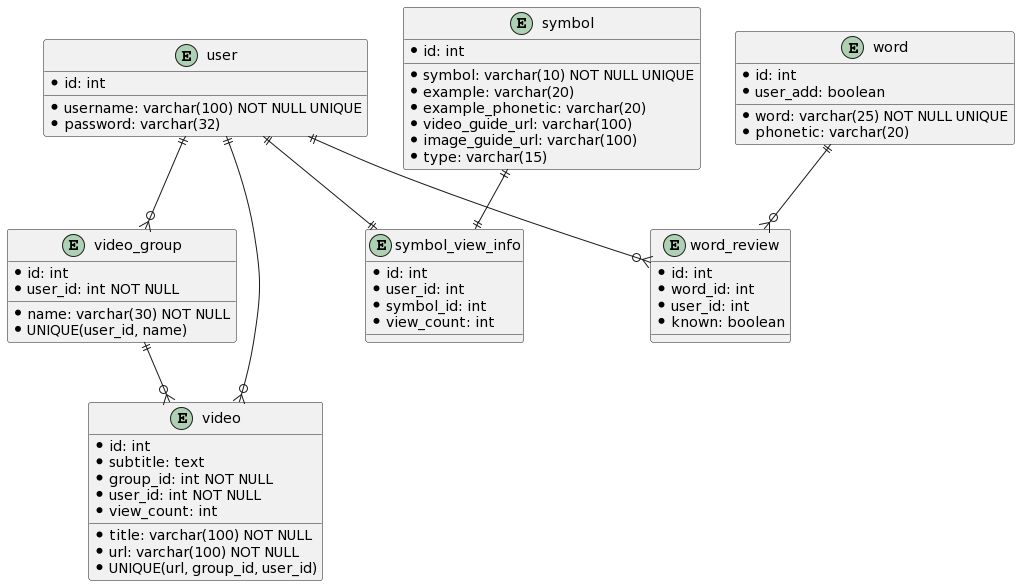
Before: design/docs/entity/entity.png, a diagram exported from PlantUML (quynhphungvn/self-management).
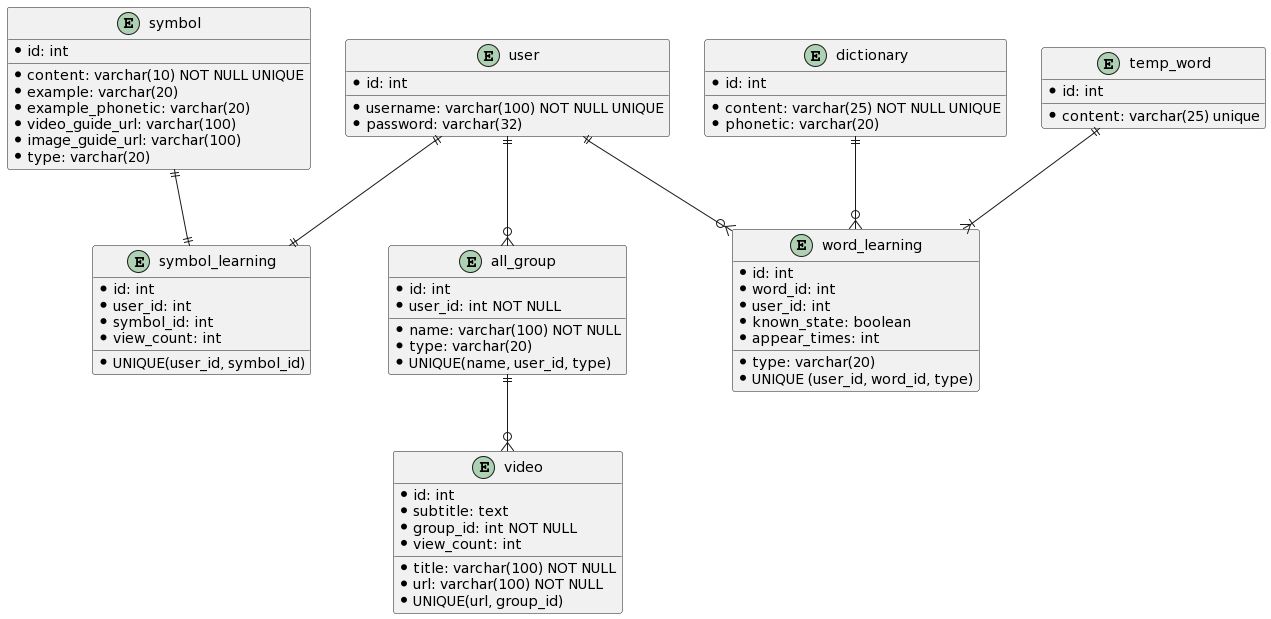
The same diagram one commit later.

What changed in the source:
```diff
@@ -5,53 +5,60 @@
 *subtitle: text
 *url: varchar(100) NOT NULL
 *group_id: int NOT NULL
+*view_count: int
+*UNIQUE(url, group_id)
+}
+entity all_group {
+*id: int
+*name: varchar(100) NOT NULL
 *user_id: int NOT NULL
-*view_count: int
-*UNIQUE(url, group_id, user_id)
-}
-entity video_group {
-*id: int
-*name: varchar(30) NOT NULL
-*user_id: int NOT NULL
-*UNIQUE(user_id, name)
+*type: varchar(20)
+*UNIQUE(name, user_id, type)
 }
 entity user {
 *id: int
 *username: varchar(100) NOT NULL UNIQUE
 *password: varchar(32)
 }
-entity symbol_view_info {
+entity symbol_learning {
 *id: int
 *user_id: int
 *symbol_id: int
 *view_count: int
+*UNIQUE(user_id, symbol_id)
 }
-entity word {
+entity dictionary {
 *id: int
-*word: varchar(25) NOT NULL UNIQUE
+*content: varchar(25) NOT NULL UNIQUE
 *phonetic: varchar(20)
-*user_add: boolean
 }
-entity word_review {
+entity word_learning {
 *id: int
 *word_id: int
 *user_id: int
-*known: boolean
+*known_state: boolean
+*appear_times: int
+*type: varchar(20)
+*UNIQUE (user_id, word_id, type)
 }
 entity symbol {
 *id: int
-*symbol: varchar(10) NOT NULL UNIQUE
+*content: varchar(10) NOT NULL UNIQUE
 *example: varchar(20)
 *example_phonetic: varchar(20)
 *video_guide_url: varchar(100)
 *image_guide_url: varchar(100)
-*type: varchar(15)
+*type: varchar(20)
 }
-user ||--o{ video_group
-user ||--o{ word_review
-user ||--|| symbol_view_info
-user ||--o{ video
-symbol ||--|| symbol_view_info
-word ||--o{ word_review
-video_group ||--o{ video
+entity temp_word {
+*id: int
+*content: varchar(25) unique
+}
+user ||--o{ all_group
+user ||--o{ word_learning
+user ||--|| symbol_learning
+symbol ||--|| symbol_learning
+dictionary ||--o{ word_learning
+all_group ||--o{ video
+temp_word ||--|{ word_learning
 @enduml
```
